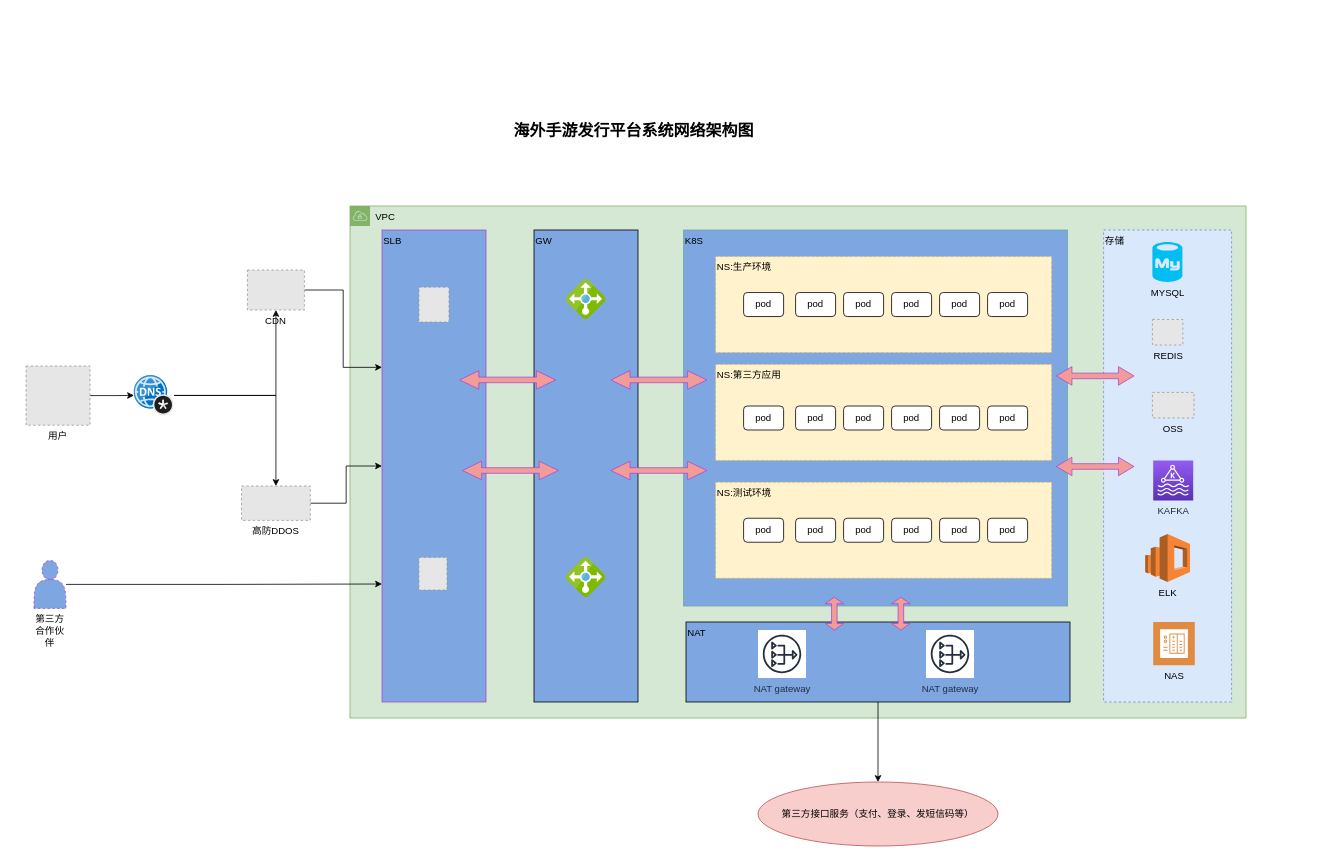
Before: 未命名绘图.drawio in shijianhui/ops_doc, a draw.io diagram. Source tidied: cells renumbered, new cells numbered last; positions are measured from the earlier drawing's top-left corner, leaving out a move shared by most shapes. Both pictures are drawn from the tidied source at 80%, with x=0, y=0 at pixel (14, 78). Pictures stored in the file or linked from it are replaced by grey dashed boxes.
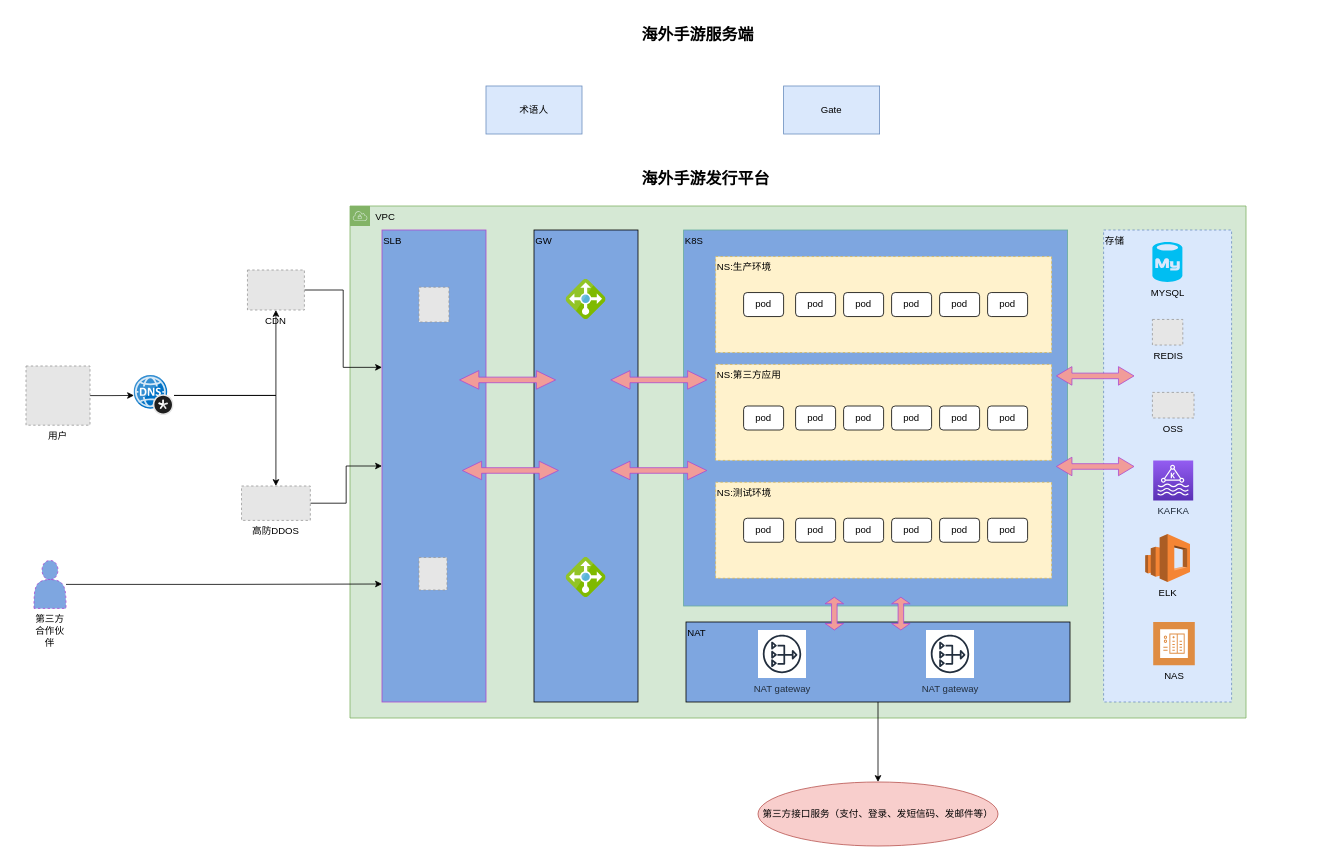
After the change.

Commit message:
海外手游发行平台.drawio

The edit, as a diff of the source:
```diff
@@
-    <mxCell id="57" value="第三方接口服务（支付、登录、发短信码等）" style="ellipse;whiteSpace=wrap;html=1;align=center;verticalAlign=middle;fillColor=#f8cecc;strokeColor=#b85450;" parent="1" vertex="1">
+    <mxCell id="57" value="第三方接口服务（支付、登录、发短信码、发邮件等）" style="ellipse;whiteSpace=wrap;html=1;align=center;verticalAlign=middle;fillColor=#f8cecc;strokeColor=#b85450;" parent="1" vertex="1">
       <mxGeometry x="930" y="880" width="300" height="80" as="geometry" />
     </mxCell>
@@
-    <mxCell id="62" value="海外手游发行平台系统网络架构图" style="whiteSpace=wrap;html=1;gradientColor=none;align=center;fontStyle=1;strokeColor=none;fillColor=none;fontSize=20;" parent="1" vertex="1">
-      <mxGeometry width="1550" height="130" as="geometry" />
+    <mxCell id="62" value="海外手游发行平台" style="whiteSpace=wrap;html=1;gradientColor=none;align=center;fontStyle=1;strokeColor=none;fillColor=none;fontSize=20;" parent="1" vertex="1">
+      <mxGeometry x="90" y="100" width="1550" height="50" as="geometry" />
     </mxCell>
+    <mxCell id="63" value="Gate" style="rounded=0;whiteSpace=wrap;html=1;fillColor=#dae8fc;strokeColor=#6c8ebf;" parent="1" vertex="1">
+      <mxGeometry x="962" y="10" width="120" height="60" as="geometry" />
+    </mxCell>
+    <mxCell id="64" value="术语人" style="rounded=0;whiteSpace=wrap;html=1;fillColor=#dae8fc;strokeColor=#6c8ebf;" parent="1" vertex="1">
+      <mxGeometry x="590" y="10" width="120" height="60" as="geometry" />
+    </mxCell>
+    <mxCell id="65" value="海外手游服务端" style="whiteSpace=wrap;html=1;gradientColor=none;align=center;fontStyle=1;strokeColor=none;fillColor=none;fontSize=20;" parent="1" vertex="1">
+      <mxGeometry x="80" y="-80" width="1550" height="50" as="geometry" />
+    </mxCell>
```
